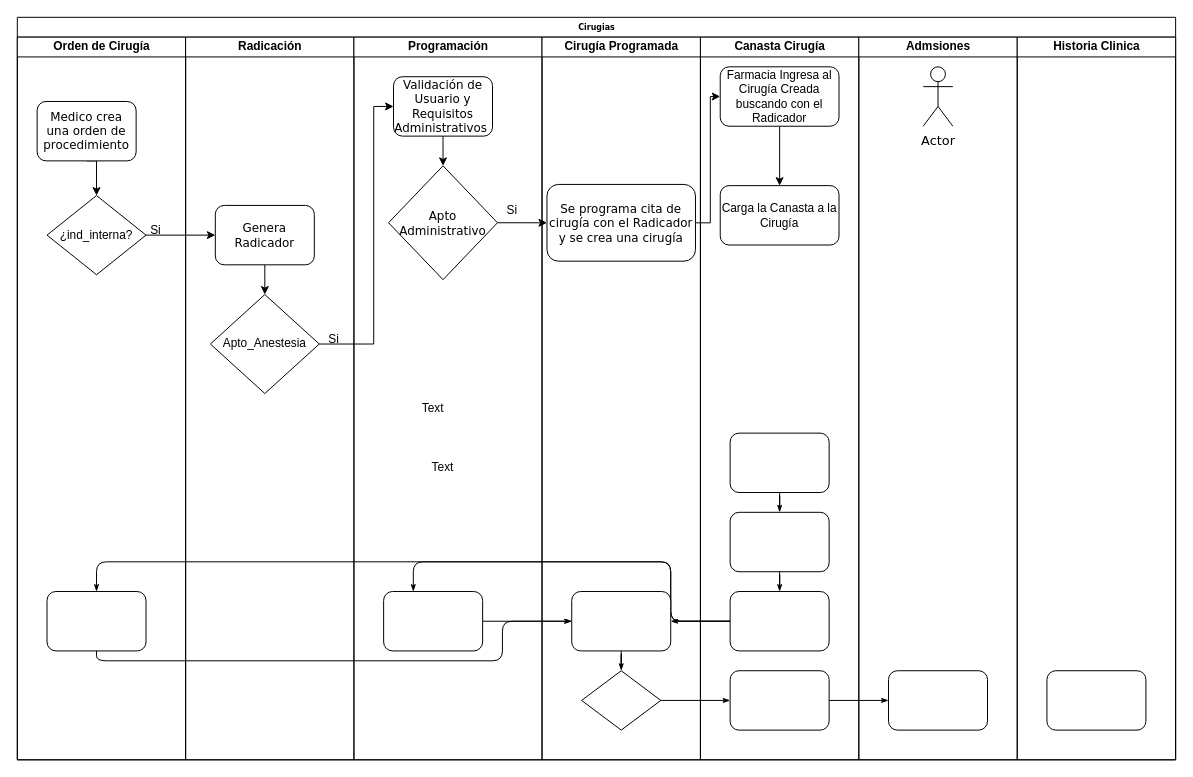
Earlier version of the draw.io diagram Diagrama sin título.drawio (cinhosoft/Diagramas-Publicos). Source tidied: cells renumbered, new cells numbered last; positions are measured from the earlier drawing's top-left corner, leaving out a move shared by most shapes. Both pictures are drawn from the tidied source at 99%, with x=0, y=0 at pixel (17, 17).
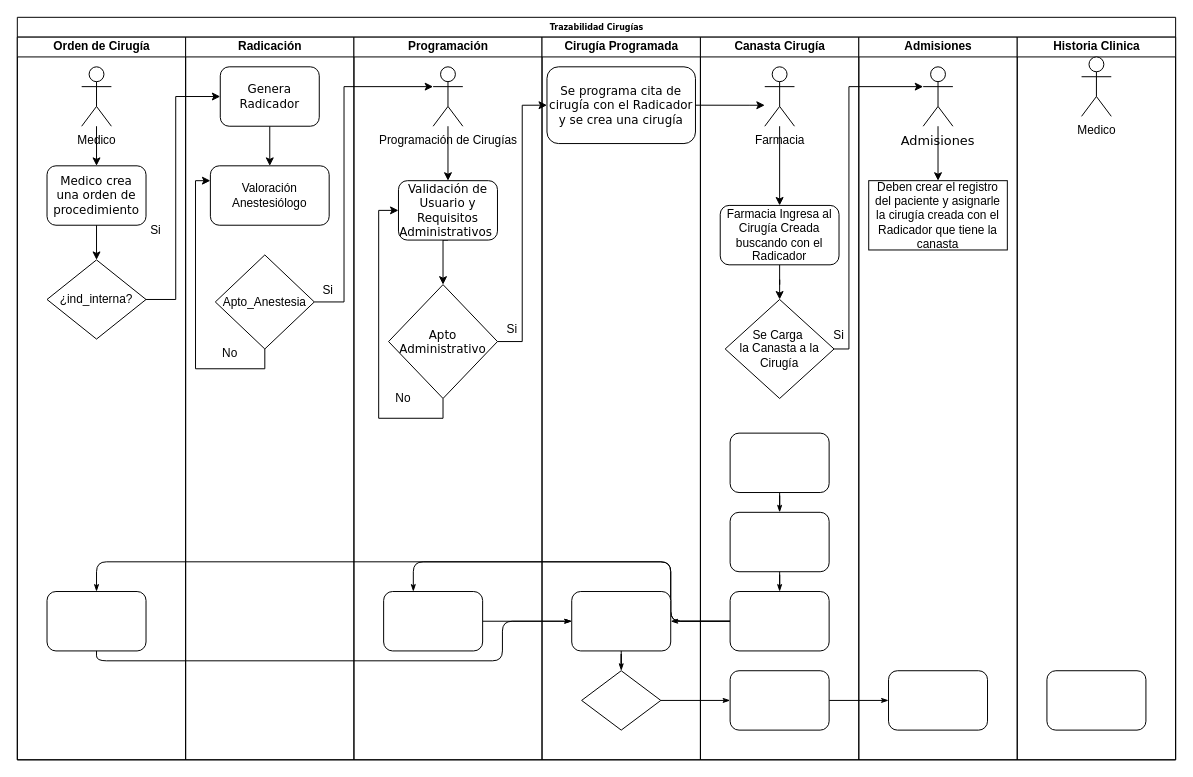
After the change.

The change refers to these unchanged cells:
```xml
<mxCell id="3" value="Orden de Cirugía" style="swimlane;html=1;startSize=20;" parent="2" vertex="1">
  <mxGeometry y="20" width="170" height="730" as="geometry" />
</mxCell>
<mxCell id="16" value="Radicación" style="swimlane;html=1;startSize=20;" parent="2" vertex="1">
  <mxGeometry x="170" y="20" width="170" height="730" as="geometry" />
</mxCell>
<mxCell id="21" value="Programación" style="swimlane;html=1;startSize=20;" parent="2" vertex="1">
  <mxGeometry x="340" y="20" width="190" height="730" as="geometry" />
</mxCell>
<mxCell id="29" value="Cirugía Programada" style="swimlane;html=1;startSize=20;" parent="2" vertex="1">
  <mxGeometry x="530" y="20" width="160" height="730" as="geometry" />
</mxCell>
<mxCell id="34" value="Canasta Cirugía" style="swimlane;html=1;startSize=20;" parent="2" vertex="1">
  <mxGeometry x="690" y="20" width="160" height="730" as="geometry" />
</mxCell>
<mxCell id="51" value="Historia Clinica" style="swimlane;html=1;startSize=20;" parent="2" vertex="1">
  <mxGeometry x="1010" y="20" width="160" height="730" as="geometry" />
</mxCell>
```

What changed in the source:
```diff
@@
-    <mxCell id="2" value="Cirugias" style="swimlane;html=1;startSize=20;rounded=0;shadow=0;labelBackgroundColor=none;strokeWidth=1;fontFamily=Verdana;fontSize=8;align=center;" parent="1" vertex="1">
+    <mxCell id="2" value="Trazabilidad Cirugías" style="swimlane;html=1;startSize=20;rounded=0;shadow=0;labelBackgroundColor=none;strokeWidth=1;fontFamily=Verdana;fontSize=8;align=center;" parent="1" vertex="1">
       <mxGeometry width="1170" height="750" as="geometry" />
     </mxCell>
@@
-    <mxCell id="4" style="edgeStyle=orthogonalEdgeStyle;rounded=0;jettySize=auto;html=1;exitX=0.5;exitY=1;exitDx=0;exitDy=0;entryX=0.5;entryY=0;entryDx=0;entryDy=0;" parent="3" edge="1" source="5" target="7">
-      <mxGeometry relative="1" as="geometry" />
-    </mxCell>
+    <mxCell id="6" style="rounded=1;whiteSpace=wrap;html=1;shadow=0;labelBackgroundColor=none;strokeWidth=1;fontFamily=Verdana;fontSize=8;align=center;" parent="3" vertex="1">
+      <mxGeometry x="30" y="560" width="100" height="60" as="geometry" />
+    </mxCell>
+    <mxCell id="8" value="Si" style="text;html=1;align=center;verticalAlign=middle;whiteSpace=wrap;rounded=0;" parent="3" vertex="1">
+      <mxGeometry x="110" y="180" width="60" height="30" as="geometry" />
+    </mxCell>
+    <mxCell id="53" value="Medico" style="shape=umlActor;verticalLabelPosition=bottom;verticalAlign=top;html=1;outlineConnect=0;" parent="3" vertex="1">
+      <mxGeometry x="65" y="30" width="30" height="60" as="geometry" />
+    </mxCell>
     <mxCell id="5" value="&lt;font style=&quot;font-size: 12px;&quot;&gt;Medico crea una orden de procedimiento&lt;/font&gt;" style="rounded=1;whiteSpace=wrap;html=1;shadow=0;labelBackgroundColor=none;strokeWidth=1;fontFamily=Verdana;fontSize=8;align=center;" parent="3" vertex="1">
-      <mxGeometry x="20" y="65" width="100" height="60" as="geometry" />
+      <mxGeometry x="30" y="130" width="100" height="60" as="geometry" />
     </mxCell>
-    <mxCell id="6" style="rounded=1;whiteSpace=wrap;html=1;shadow=0;labelBackgroundColor=none;strokeWidth=1;fontFamily=Verdana;fontSize=8;align=center;" parent="3" vertex="1">
-      <mxGeometry x="30" y="560" width="100" height="60" as="geometry" />
-    </mxCell>
-    <mxCell id="7" value="¿ind_interna?" style="rhombus;whiteSpace=wrap;html=1;" parent="3" vertex="1">
-      <mxGeometry x="30" y="160" width="100" height="80" as="geometry" />
-    </mxCell>
-    <mxCell id="8" value="Si" style="text;html=1;align=center;verticalAlign=middle;whiteSpace=wrap;rounded=0;" parent="3" vertex="1">
-      <mxGeometry x="110" y="180" width="60" height="30" as="geometry" />
-    </mxCell>
+    <mxCell id="54" style="edgeStyle=orthogonalEdgeStyle;rounded=0;jettySize=auto;html=1;" parent="3" edge="1" source="53" target="5">
+      <mxGeometry relative="1" as="geometry" />
+    </mxCell>
@@
-    <mxCell id="17" style="edgeStyle=orthogonalEdgeStyle;rounded=0;jettySize=auto;html=1;exitX=0.5;exitY=1;exitDx=0;exitDy=0;entryX=0.5;entryY=0;entryDx=0;entryDy=0;" parent="16" edge="1" source="18" target="19">
-      <mxGeometry relative="1" as="geometry" />
-    </mxCell>
+    <mxCell id="7" value="¿ind_interna?" style="rhombus;whiteSpace=wrap;html=1;" parent="16" vertex="1">
+      <mxGeometry x="-140" y="225" width="100" height="80" as="geometry" />
+    </mxCell>
+    <mxCell id="47" style="edgeStyle=orthogonalEdgeStyle;rounded=0;jettySize=auto;html=1;exitX=1;exitY=0.5;exitDx=0;exitDy=0;entryX=0;entryY=0.5;entryDx=0;entryDy=0;" parent="16" edge="1" source="7" target="18">
+      <mxGeometry relative="1" as="geometry">
+        <Array as="points">
+          <mxPoint x="-10" y="265" />
+          <mxPoint x="-10" y="60" />
+        </Array>
+      </mxGeometry>
+    </mxCell>
+    <mxCell id="55" style="edgeStyle=orthogonalEdgeStyle;rounded=0;jettySize=auto;html=1;exitX=0.5;exitY=1;exitDx=0;exitDy=0;entryX=0.5;entryY=0;entryDx=0;entryDy=0;" parent="16" edge="1" source="18" target="58">
+      <mxGeometry relative="1" as="geometry" />
+    </mxCell>
     <mxCell id="18" value="&lt;font style=&quot;font-size: 12px;&quot;&gt;Genera Radicador&lt;/font&gt;" style="rounded=1;whiteSpace=wrap;html=1;shadow=0;labelBackgroundColor=none;strokeWidth=1;fontFamily=Verdana;fontSize=8;align=center;" parent="16" vertex="1">
-      <mxGeometry x="30" y="170" width="100" height="60" as="geometry" />
+      <mxGeometry x="35" y="30" width="100" height="60" as="geometry" />
     </mxCell>
+    <mxCell id="56" style="edgeStyle=orthogonalEdgeStyle;rounded=0;jettySize=auto;html=1;exitX=0.5;exitY=1;exitDx=0;exitDy=0;entryX=0;entryY=0.25;entryDx=0;entryDy=0;" parent="16" edge="1" source="19" target="58">
+      <mxGeometry relative="1" as="geometry">
+        <Array as="points">
+          <mxPoint x="80" y="335" />
+          <mxPoint x="10" y="335" />
+          <mxPoint x="10" y="145" />
+        </Array>
+      </mxGeometry>
+    </mxCell>
     <mxCell id="19" value="Apto_Anestesia" style="rhombus;whiteSpace=wrap;html=1;" parent="16" vertex="1">
-      <mxGeometry x="25" y="260" width="110" height="100" as="geometry" />
+      <mxGeometry x="30" y="220" width="100" height="95" as="geometry" />
     </mxCell>
-    <mxCell id="20" value="Si" style="text;html=1;align=center;verticalAlign=middle;whiteSpace=wrap;rounded=0;" parent="16" vertex="1">
-      <mxGeometry x="120" y="290" width="60" height="30" as="geometry" />
-    </mxCell>
+    <mxCell id="57" value="Si" style="text;html=1;align=center;verticalAlign=middle;whiteSpace=wrap;rounded=0;" parent="16" vertex="1">
+      <mxGeometry x="124" y="241" width="40" height="30" as="geometry" />
+    </mxCell>
+    <mxCell id="58" value="Valoración Anestesiólogo" style="rounded=1;whiteSpace=wrap;html=1;" parent="16" vertex="1">
+      <mxGeometry x="25" y="130" width="120" height="60" as="geometry" />
+    </mxCell>
+    <mxCell id="59" value="No" style="text;html=1;align=center;verticalAlign=middle;whiteSpace=wrap;rounded=0;" parent="16" vertex="1">
+      <mxGeometry x="25" y="305" width="40" height="30" as="geometry" />
+    </mxCell>
@@
     <mxCell id="22" style="edgeStyle=orthogonalEdgeStyle;rounded=0;jettySize=auto;html=1;exitX=0.5;exitY=1;exitDx=0;exitDy=0;entryX=0.5;entryY=0;entryDx=0;entryDy=0;" parent="21" edge="1" source="23" target="25">
-      <mxGeometry relative="1" as="geometry" />
+      <mxGeometry relative="1" as="geometry">
+        <Array as="points">
+          <mxPoint x="90" y="205" />
+        </Array>
+      </mxGeometry>
     </mxCell>
     <mxCell id="23" value="&lt;font style=&quot;font-size: 12px;&quot;&gt;Validación de Usuario y Requisitos Administrativos&amp;nbsp;&lt;/font&gt;" style="rounded=1;whiteSpace=wrap;html=1;shadow=0;labelBackgroundColor=none;strokeWidth=1;fontFamily=Verdana;fontSize=8;align=center;" parent="21" vertex="1">
-      <mxGeometry x="40" y="40" width="100" height="60" as="geometry" />
+      <mxGeometry x="45" y="145" width="100" height="60" as="geometry" />
     </mxCell>
@@
+    <mxCell id="60" style="edgeStyle=orthogonalEdgeStyle;rounded=0;jettySize=auto;html=1;exitX=0.5;exitY=1;exitDx=0;exitDy=0;entryX=0;entryY=0.5;entryDx=0;entryDy=0;" parent="21" edge="1" source="25" target="23">
+      <mxGeometry relative="1" as="geometry">
+        <Array as="points">
+          <mxPoint x="90" y="385" />
+          <mxPoint x="25" y="385" />
+          <mxPoint x="25" y="175" />
+        </Array>
+      </mxGeometry>
+    </mxCell>
     <mxCell id="25" value="&lt;font style=&quot;font-size: 12px;&quot;&gt;Apto&lt;/font&gt;&lt;div&gt;&lt;font style=&quot;font-size: 12px;&quot;&gt;Administrativo&lt;/font&gt;&lt;/div&gt;" style="rhombus;whiteSpace=wrap;html=1;rounded=0;shadow=0;labelBackgroundColor=none;strokeWidth=1;fontFamily=Verdana;fontSize=8;align=center;" parent="21" vertex="1">
-      <mxGeometry x="35" y="130" width="110" height="115" as="geometry" />
+      <mxGeometry x="35" y="250" width="110" height="115" as="geometry" />
     </mxCell>
     <mxCell id="26" value="Si" style="text;html=1;align=center;verticalAlign=middle;whiteSpace=wrap;rounded=0;" parent="21" vertex="1">
-      <mxGeometry x="130" y="160" width="60" height="30" as="geometry" />
+      <mxGeometry x="130" y="280" width="60" height="30" as="geometry" />
     </mxCell>
-    <mxCell id="27" value="Text" style="text;html=1;align=center;verticalAlign=middle;whiteSpace=wrap;rounded=0;" parent="21" vertex="1">
-      <mxGeometry x="60" y="420" width="60" height="30" as="geometry" />
-    </mxCell>
-    <mxCell id="28" value="Text" style="text;html=1;align=center;verticalAlign=middle;whiteSpace=wrap;rounded=0;" parent="21" vertex="1">
-      <mxGeometry x="50" y="360" width="60" height="30" as="geometry" />
-    </mxCell>
+    <mxCell id="61" style="edgeStyle=orthogonalEdgeStyle;rounded=0;jettySize=auto;html=1;" parent="21" edge="1" source="62" target="23">
+      <mxGeometry relative="1" as="geometry" />
+    </mxCell>
+    <mxCell id="62" value="Programación de Cirugías" style="shape=umlActor;verticalLabelPosition=bottom;verticalAlign=top;html=1;outlineConnect=0;" parent="21" vertex="1">
+      <mxGeometry x="80" y="30" width="30" height="60" as="geometry" />
+    </mxCell>
+    <mxCell id="63" value="No" style="text;html=1;align=center;verticalAlign=middle;whiteSpace=wrap;rounded=0;" parent="21" vertex="1">
+      <mxGeometry x="30" y="350" width="40" height="30" as="geometry" />
+    </mxCell>
@@
     <mxCell id="30" value="&lt;font style=&quot;font-size: 12px;&quot;&gt;Se programa cita de cirugía con el Radicador y se crea una cirugía&lt;/font&gt;" style="rounded=1;whiteSpace=wrap;html=1;shadow=0;labelBackgroundColor=none;strokeWidth=1;fontFamily=Verdana;fontSize=8;align=center;" parent="29" vertex="1">
-      <mxGeometry x="5" y="148.8" width="150" height="77.5" as="geometry" />
+      <mxGeometry x="5" y="30" width="150" height="77.5" as="geometry" />
     </mxCell>
@@
-    <mxCell id="41" style="edgeStyle=orthogonalEdgeStyle;rounded=0;jettySize=auto;html=1;exitX=0.5;exitY=1;exitDx=0;exitDy=0;" parent="34" edge="1" source="42" target="43">
-      <mxGeometry relative="1" as="geometry" />
-    </mxCell>
+    <mxCell id="64" style="edgeStyle=orthogonalEdgeStyle;rounded=0;jettySize=auto;html=1;exitX=0.5;exitY=1;exitDx=0;exitDy=0;" parent="34" edge="1" source="42" target="67">
+      <mxGeometry relative="1" as="geometry" />
+    </mxCell>
     <mxCell id="42" value="Farmacia Ingresa al Cirugía Creada buscando con el Radicador" style="rounded=1;whiteSpace=wrap;html=1;" parent="34" vertex="1">
-      <mxGeometry x="20" y="30" width="120" height="60" as="geometry" />
+      <mxGeometry x="20" y="170" width="120" height="60" as="geometry" />
     </mxCell>
-    <mxCell id="43" value="Carga la Canasta a la Cirugía" style="rounded=1;whiteSpace=wrap;html=1;" parent="34" vertex="1">
-      <mxGeometry x="20" y="150" width="120" height="60" as="geometry" />
-    </mxCell>
+    <mxCell id="65" style="edgeStyle=orthogonalEdgeStyle;rounded=0;jettySize=auto;html=1;" parent="34" edge="1" source="66" target="42">
+      <mxGeometry relative="1" as="geometry" />
+    </mxCell>
+    <mxCell id="66" value="Farmacia" style="shape=umlActor;verticalLabelPosition=bottom;verticalAlign=top;html=1;outlineConnect=0;" parent="34" vertex="1">
+      <mxGeometry x="65" y="30" width="30" height="60" as="geometry" />
+    </mxCell>
+    <mxCell id="67" value="Se Carga&amp;nbsp;&lt;div&gt;la Canasta a la Cirugía&lt;/div&gt;" style="rhombus;whiteSpace=wrap;html=1;" parent="34" vertex="1">
+      <mxGeometry x="25" y="265" width="110" height="100" as="geometry" />
+    </mxCell>
+    <mxCell id="68" value="Si" style="text;html=1;align=center;verticalAlign=middle;whiteSpace=wrap;rounded=0;" parent="34" vertex="1">
+      <mxGeometry x="125" y="291" width="30" height="20" as="geometry" />
+    </mxCell>
+    <mxCell id="49" style="edgeStyle=orthogonalEdgeStyle;rounded=0;jettySize=auto;html=1;exitX=1;exitY=0.5;exitDx=0;exitDy=0;entryX=0;entryY=0.5;entryDx=0;entryDy=0;" parent="2" edge="1" source="25" target="30">
+      <mxGeometry relative="1" as="geometry" />
+    </mxCell>
-    <mxCell id="44" value="Admsiones" style="swimlane;html=1;startSize=20;" parent="2" vertex="1">
+    <mxCell id="44" value="Admisiones" style="swimlane;html=1;startSize=20;" parent="2" vertex="1">
       <mxGeometry x="850" y="20" width="160" height="730" as="geometry" />
     </mxCell>
@@
+    <mxCell id="69" style="edgeStyle=orthogonalEdgeStyle;rounded=0;jettySize=auto;html=1;" parent="44" edge="1" source="46" target="70">
+      <mxGeometry relative="1" as="geometry" />
+    </mxCell>
-    <mxCell id="46" value="Actor" style="shape=umlActor;verticalLabelPosition=bottom;verticalAlign=top;html=1;outlineConnect=0;fontSize=13;fontFamily=Verdana;" parent="44" vertex="1">
+    <mxCell id="46" value="Admisiones" style="shape=umlActor;verticalLabelPosition=bottom;verticalAlign=top;html=1;outlineConnect=0;fontSize=13;fontFamily=Verdana;fillColor=default;align=center;whiteSpace=wrap;" parent="44" vertex="1">
       <mxGeometry x="65" y="30" width="30" height="60" as="geometry" />
     </mxCell>
-    <mxCell id="47" style="edgeStyle=orthogonalEdgeStyle;rounded=0;jettySize=auto;html=1;exitX=1;exitY=0.5;exitDx=0;exitDy=0;entryX=0;entryY=0.5;entryDx=0;entryDy=0;" parent="2" edge="1" source="7" target="18">
-      <mxGeometry relative="1" as="geometry" />
-    </mxCell>
-    <mxCell id="48" style="edgeStyle=orthogonalEdgeStyle;rounded=0;jettySize=auto;html=1;exitX=1;exitY=0.5;exitDx=0;exitDy=0;entryX=0;entryY=0.5;entryDx=0;entryDy=0;" parent="2" edge="1" source="19" target="23">
-      <mxGeometry relative="1" as="geometry">
-        <Array as="points">
-          <mxPoint x="360" y="330" />
-          <mxPoint x="360" y="90" />
-        </Array>
-      </mxGeometry>
-    </mxCell>
-    <mxCell id="49" style="edgeStyle=orthogonalEdgeStyle;rounded=0;jettySize=auto;html=1;exitX=1;exitY=0.5;exitDx=0;exitDy=0;entryX=0;entryY=0.5;entryDx=0;entryDy=0;" parent="2" edge="1" source="25" target="30">
-      <mxGeometry relative="1" as="geometry" />
-    </mxCell>
-    <mxCell id="50" style="edgeStyle=orthogonalEdgeStyle;rounded=0;jettySize=auto;html=1;exitX=1;exitY=0.5;exitDx=0;exitDy=0;entryX=0;entryY=0.5;entryDx=0;entryDy=0;" parent="2" edge="1" source="30" target="42">
-      <mxGeometry relative="1" as="geometry">
-        <Array as="points">
-          <mxPoint x="700" y="208" />
-          <mxPoint x="700" y="80" />
-        </Array>
-      </mxGeometry>
-    </mxCell>
+    <mxCell id="70" value="Deben crear el registro del paciente y asignarle la cirugía creada con el Radicador que tiene la canasta" style="rounded=0;whiteSpace=wrap;html=1;" parent="44" vertex="1">
+      <mxGeometry x="10" y="145" width="140" height="70" as="geometry" />
+    </mxCell>
@@
+    <mxCell id="71" value="Medico" style="shape=umlActor;verticalLabelPosition=bottom;verticalAlign=top;html=1;" parent="51" vertex="1">
+      <mxGeometry x="65" y="20" width="30" height="60" as="geometry" />
+    </mxCell>
+    <mxCell id="4" style="edgeStyle=orthogonalEdgeStyle;rounded=0;jettySize=auto;html=1;exitX=0.5;exitY=1;exitDx=0;exitDy=0;entryX=0.5;entryY=0;entryDx=0;entryDy=0;" parent="2" edge="1" source="5" target="7">
+      <mxGeometry relative="1" as="geometry" />
+    </mxCell>
+    <mxCell id="72" style="edgeStyle=orthogonalEdgeStyle;rounded=0;jettySize=auto;html=1;exitX=1;exitY=0.5;exitDx=0;exitDy=0;" parent="2" edge="1" source="30" target="66">
+      <mxGeometry relative="1" as="geometry">
+        <Array as="points">
+          <mxPoint x="740" y="89" />
+          <mxPoint x="740" y="89" />
+        </Array>
+      </mxGeometry>
+    </mxCell>
+    <mxCell id="73" style="edgeStyle=orthogonalEdgeStyle;rounded=0;jettySize=auto;html=1;exitX=1;exitY=0.5;exitDx=0;exitDy=0;entryX=0;entryY=0.3333333333333333;entryDx=0;entryDy=0;entryPerimeter=0;" parent="2" edge="1" source="19" target="62">
+      <mxGeometry relative="1" as="geometry">
+        <Array as="points">
+          <mxPoint x="330" y="288" />
+          <mxPoint x="330" y="70" />
+        </Array>
+      </mxGeometry>
+    </mxCell>
+    <mxCell id="74" style="edgeStyle=orthogonalEdgeStyle;rounded=0;jettySize=auto;html=1;exitX=1;exitY=0.5;exitDx=0;exitDy=0;entryX=0;entryY=0.3333333333333333;entryDx=0;entryDy=0;entryPerimeter=0;" parent="2" edge="1" source="67" target="46">
+      <mxGeometry relative="1" as="geometry">
+        <Array as="points">
+          <mxPoint x="840" y="335" />
+          <mxPoint x="840" y="70" />
+        </Array>
+      </mxGeometry>
+    </mxCell>
```
